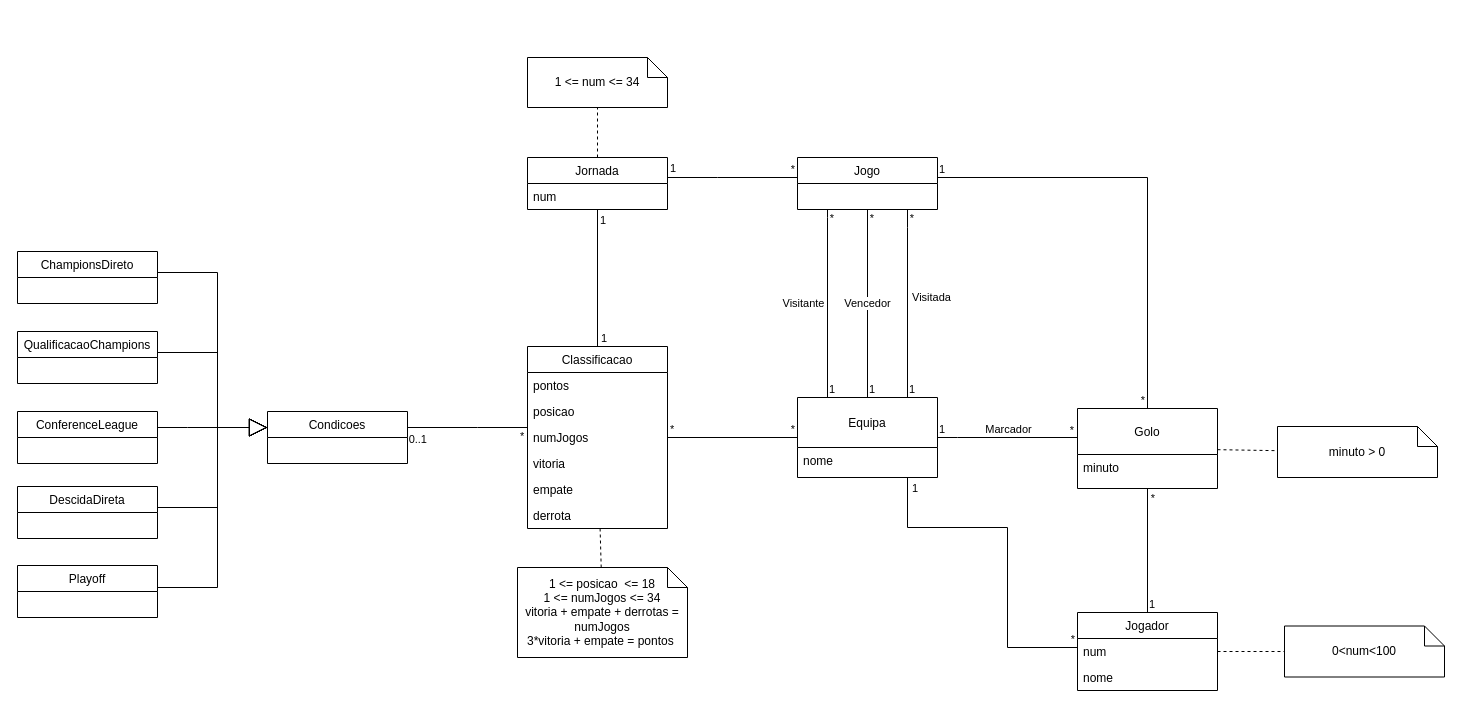
This is uml/primeira_liga.drawio from jamcunha/feup-bd, a draw.io file, before an edit. Source tidied: cells renumbered, new cells numbered last; positions are measured from the earlier drawing's top-left corner, leaving out a move shared by most shapes. Both pictures are drawn from the tidied source at 100%, with x=0, y=0 at pixel (17, 57).
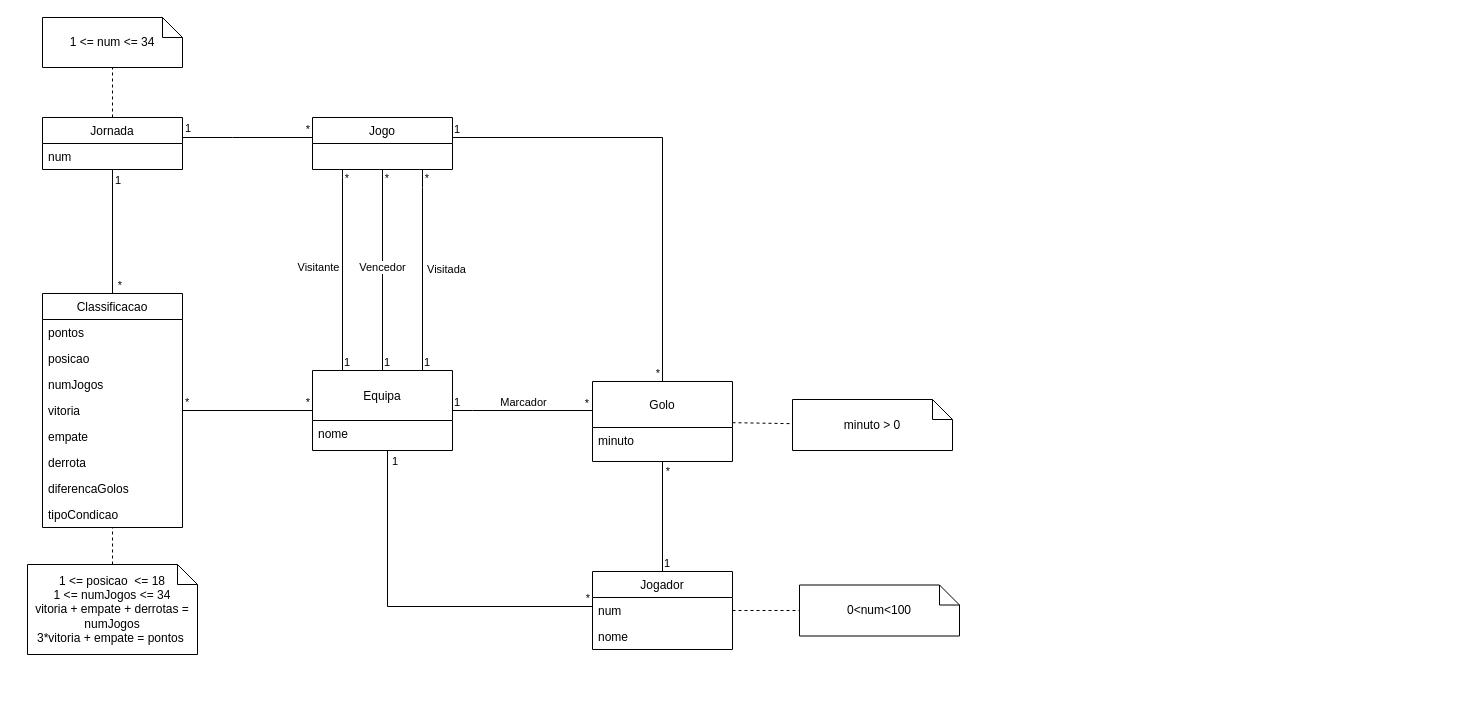
After the change.

Commit message (it also covers changes not shown here):
adicionada diferenca de golos e removido class Condicao do UML

Unchanged cells that the change refers to:
```xml
<mxCell id="47" style="endArrow=none;html=1;edgeStyle=orthogonalEdgeStyle;rounded=0;" parent="1" edge="1" source="45" target="35">
  <mxGeometry relative="1" as="geometry" />
</mxCell>
```

The edit, as a diff of the source:
```diff
@@
     <mxCell id="2" value="Equipa" style="swimlane;fontStyle=0;horizontal=1;startSize=50;fillColor=none;" parent="1" vertex="1">
-      <mxGeometry x="780" y="340" width="140" height="80" as="geometry" />
+      <mxGeometry x="295" y="313" width="140" height="80" as="geometry" />
     </mxCell>
@@
-    <mxCell id="4" value="Condicoes" style="swimlane;fontStyle=0;horizontal=1;startSize=26;fillColor=none;" parent="1" vertex="1">
-      <mxGeometry x="250" y="354" width="140" height="52" as="geometry" />
-    </mxCell>
-    <mxCell id="5" style="endArrow=none;html=1;rounded=0;edgeStyle=orthogonalEdgeStyle;" parent="1" edge="1" source="35" target="4">
-      <mxGeometry relative="1" as="geometry">
-        <Array as="points">
-          <mxPoint x="460" y="370" />
-          <mxPoint x="460" y="370" />
-        </Array>
-      </mxGeometry>
-    </mxCell>
-    <mxCell id="6" value="*" style="edgeLabel;html=1;align=left;verticalAlign=bottom;" parent="5" vertex="1">
-      <mxGeometry x="-1" relative="1" as="geometry">
-        <mxPoint x="-9" y="17" as="offset" />
-      </mxGeometry>
-    </mxCell>
-    <mxCell id="7" value="0..1" style="edgeLabel;html=1;align=right;verticalAlign=bottom;" parent="5" vertex="1">
-      <mxGeometry x="1" relative="1" as="geometry">
-        <mxPoint x="20" y="20" as="offset" />
-      </mxGeometry>
-    </mxCell>
     <mxCell id="8" value="Jogo" style="swimlane;fontStyle=0;horizontal=1;startSize=26;fillColor=none;" parent="1" vertex="1">
-      <mxGeometry x="780" y="100" width="140" height="52" as="geometry" />
+      <mxGeometry x="295" y="60" width="140" height="52" as="geometry" />
     </mxCell>
     <mxCell id="9" value="Golo" style="swimlane;fontStyle=0;horizontal=1;startSize=46;fillColor=none;" parent="1" vertex="1">
-      <mxGeometry x="1060" y="351" width="140" height="80" as="geometry" />
+      <mxGeometry x="575" y="324" width="140" height="80" as="geometry" />
     </mxCell>
@@
     <mxCell id="11" value="Jogador" style="swimlane;fontStyle=0;horizontal=1;startSize=26;fillColor=none;" parent="1" vertex="1">
-      <mxGeometry x="1060" y="555" width="140" height="78" as="geometry" />
+      <mxGeometry x="575" y="514" width="140" height="78" as="geometry" />
     </mxCell>
@@
     <mxCell id="14" style="endArrow=none;html=1;rounded=0;edgeStyle=orthogonalEdgeStyle;" parent="1" edge="1" source="2" target="11">
       <mxGeometry relative="1" as="geometry">
         <Array as="points">
-          <mxPoint x="890" y="470" />
-          <mxPoint x="990" y="470" />
-          <mxPoint x="990" y="590" />
+          <mxPoint x="370" y="549" />
         </Array>
       </mxGeometry>
     </mxCell>
@@
     <mxCell id="17" style="endArrow=none;html=1;edgeStyle=orthogonalEdgeStyle;rounded=0;" parent="1" edge="1" source="2" target="8">
       <mxGeometry relative="1" as="geometry">
         <Array as="points">
-          <mxPoint x="810" y="160" />
-          <mxPoint x="810" y="160" />
+          <mxPoint x="325" y="120" />
+          <mxPoint x="325" y="120" />
         </Array>
       </mxGeometry>
     </mxCell>
@@
     <mxCell id="21" style="endArrow=none;html=1;edgeStyle=orthogonalEdgeStyle;rounded=0;" parent="1" edge="1" source="2" target="8">
       <mxGeometry relative="1" as="geometry">
         <Array as="points">
-          <mxPoint x="890" y="170" />
-          <mxPoint x="890" y="170" />
+          <mxPoint x="405" y="130" />
+          <mxPoint x="405" y="130" />
         </Array>
       </mxGeometry>
     </mxCell>
@@
     <mxCell id="24" value="Visitada" style="edgeLabel;html=1;align=center;verticalAlign=middle;" parent="21" vertex="1">
       <mxGeometry x="0.07" y="-2" relative="1" as="geometry">
-        <mxPoint x="21" as="offset" />
+        <mxPoint x="21" y="6" as="offset" />
       </mxGeometry>
     </mxCell>
     <mxCell id="25" style="endArrow=none;html=1;edgeStyle=orthogonalEdgeStyle;rounded=0;" parent="1" edge="1" source="2" target="9">
       <mxGeometry relative="1" as="geometry">
         <Array as="points">
-          <mxPoint x="940" y="380" />
-          <mxPoint x="940" y="380" />
+          <mxPoint x="455" y="353" />
+          <mxPoint x="455" y="353" />
         </Array>
       </mxGeometry>
     </mxCell>
@@
     <mxCell id="32" style="endArrow=none;html=1;edgeStyle=orthogonalEdgeStyle;rounded=0;" parent="1" edge="1" source="8" target="9">
       <mxGeometry relative="1" as="geometry">
         <Array as="points">
-          <mxPoint x="1130" y="120" />
+          <mxPoint x="645" y="80" />
         </Array>
       </mxGeometry>
     </mxCell>
@@
     <mxCell id="35" value="Classificacao" style="swimlane;fontStyle=0;horizontal=1;startSize=26;fillColor=none;" parent="1" vertex="1">
-      <mxGeometry x="510" y="289" width="140" height="182" as="geometry" />
+      <mxGeometry x="25" y="236" width="140" height="234" as="geometry" />
     </mxCell>
@@
+    <mxCell id="75" value="diferencaGolos" style="text;strokeColor=none;fillColor=none;align=left;verticalAlign=top;spacingLeft=4;spacingRight=4;overflow=hidden;" parent="35" vertex="1">
+      <mxGeometry y="182" width="140" height="26" as="geometry" />
+    </mxCell>
+    <mxCell id="76" value="tipoCondicao" style="text;strokeColor=none;fillColor=none;align=left;verticalAlign=top;spacingLeft=4;spacingRight=4;overflow=hidden;" parent="35" vertex="1">
+      <mxGeometry y="208" width="140" height="26" as="geometry" />
+    </mxCell>
@@
     <mxCell id="45" value="Jornada" style="swimlane;fontStyle=0;horizontal=1;startSize=26;fillColor=none;" parent="1" vertex="1">
-      <mxGeometry x="510" y="100" width="140" height="52" as="geometry" />
+      <mxGeometry x="25" y="60" width="140" height="52" as="geometry" />
     </mxCell>
@@
-    <mxCell id="49" value="1" style="edgeLabel;html=1;align=right;verticalAlign=bottom;" parent="47" vertex="1">
+    <mxCell id="49" value="*" style="edgeLabel;html=1;align=right;verticalAlign=bottom;" parent="47" vertex="1">
       <mxGeometry x="1" relative="1" as="geometry">
         <mxPoint x="10" as="offset" />
       </mxGeometry>
     </mxCell>
     <mxCell id="50" style="endArrow=none;html=1;edgeStyle=orthogonalEdgeStyle;rounded=0;" parent="1" edge="1" source="45" target="8">
       <mxGeometry relative="1" as="geometry">
         <Array as="points">
-          <mxPoint x="700" y="120" />
-          <mxPoint x="700" y="120" />
+          <mxPoint x="215" y="80" />
+          <mxPoint x="215" y="80" />
         </Array>
       </mxGeometry>
     </mxCell>
@@
     <mxCell id="53" value="minuto &amp;gt; 0" style="shape=note;size=20;whiteSpace=wrap;html=1;" parent="1" vertex="1">
-      <mxGeometry x="1260" y="369" width="160" height="51" as="geometry" />
+      <mxGeometry x="775" y="342" width="160" height="51" as="geometry" />
     </mxCell>
     <mxCell id="54" value="0&amp;lt;num&amp;lt;100" style="shape=note;size=20;whiteSpace=wrap;html=1;" parent="1" vertex="1">
-      <mxGeometry x="1267" y="568.5" width="160" height="51" as="geometry" />
+      <mxGeometry x="782" y="527.5" width="160" height="51" as="geometry" />
     </mxCell>
     <mxCell id="55" value="1 &amp;lt;= num &amp;lt;= 34" style="shape=note;size=20;whiteSpace=wrap;html=1;" parent="1" vertex="1">
-      <mxGeometry x="510" width="140" height="50" as="geometry" />
+      <mxGeometry x="25" y="-40" width="140" height="50" as="geometry" />
     </mxCell>
     <mxCell id="56" value="1 &amp;lt;= posicao&amp;nbsp; &amp;lt;= 18&lt;br&gt;1 &amp;lt;= numJogos &amp;lt;= 34&lt;br&gt;vitoria + empate + derrotas = numJogos&lt;br&gt;3*vitoria + empate = pontos&amp;nbsp;" style="shape=note;size=20;whiteSpace=wrap;html=1;" parent="1" vertex="1">
-      <mxGeometry x="500" y="510" width="170" height="90" as="geometry" />
+      <mxGeometry x="10" y="507" width="170" height="90" as="geometry" />
     </mxCell>
@@
-    <mxCell id="61" value="ChampionsDireto" style="swimlane;fontStyle=0;horizontal=1;startSize=26;fillColor=none;" parent="1" vertex="1">
-      <mxGeometry y="194" width="140" height="52" as="geometry" />
-    </mxCell>
-    <mxCell id="62" value="ConferenceLeague" style="swimlane;fontStyle=0;horizontal=1;startSize=26;fillColor=none;" parent="1" vertex="1">
-      <mxGeometry y="354" width="140" height="52" as="geometry" />
-    </mxCell>
-    <mxCell id="63" value="Playoff" style="swimlane;fontStyle=0;horizontal=1;startSize=26;fillColor=none;" parent="1" vertex="1">
-      <mxGeometry y="508" width="140" height="52" as="geometry" />
-    </mxCell>
-    <mxCell id="64" value="DescidaDireta" style="swimlane;fontStyle=0;horizontal=1;startSize=26;fillColor=none;" parent="1" vertex="1">
-      <mxGeometry y="429" width="140" height="52" as="geometry" />
-    </mxCell>
-    <mxCell id="65" value="QualificacaoChampions" style="swimlane;fontStyle=0;horizontal=1;startSize=26;fillColor=none;" parent="1" vertex="1">
-      <mxGeometry y="274" width="140" height="52" as="geometry" />
-    </mxCell>
-    <mxCell id="66" style="endArrow=block;endSize=16;endFill=0;html=1;rounded=0;edgeStyle=orthogonalEdgeStyle;" parent="1" edge="1" source="61" target="4">
-      <mxGeometry relative="1" as="geometry">
-        <Array as="points">
-          <mxPoint x="200" y="215" />
-          <mxPoint x="200" y="370" />
-        </Array>
-      </mxGeometry>
-    </mxCell>
-    <mxCell id="67" style="endArrow=block;endSize=16;endFill=0;html=1;rounded=0;edgeStyle=orthogonalEdgeStyle;" parent="1" edge="1" source="63" target="4">
-      <mxGeometry relative="1" as="geometry">
-        <Array as="points">
-          <mxPoint x="200" y="530" />
-          <mxPoint x="200" y="370" />
-        </Array>
-      </mxGeometry>
-    </mxCell>
-    <mxCell id="68" style="endArrow=block;endSize=16;endFill=0;html=1;rounded=0;edgeStyle=orthogonalEdgeStyle;" parent="1" edge="1" source="65" target="4">
-      <mxGeometry relative="1" as="geometry">
-        <Array as="points">
-          <mxPoint x="200" y="295" />
-          <mxPoint x="200" y="370" />
-        </Array>
-      </mxGeometry>
-    </mxCell>
-    <mxCell id="69" style="endArrow=block;endSize=16;endFill=0;html=1;rounded=0;edgeStyle=orthogonalEdgeStyle;" parent="1" edge="1" source="62" target="4">
-      <mxGeometry relative="1" as="geometry">
-        <Array as="points">
-          <mxPoint x="170" y="370" />
-          <mxPoint x="170" y="370" />
-        </Array>
-      </mxGeometry>
-    </mxCell>
-    <mxCell id="70" style="endArrow=block;endSize=16;endFill=0;html=1;rounded=0;edgeStyle=orthogonalEdgeStyle;" parent="1" edge="1" source="64" target="4">
-      <mxGeometry relative="1" as="geometry">
-        <Array as="points">
-          <mxPoint x="200" y="450" />
-          <mxPoint x="200" y="370" />
-        </Array>
-      </mxGeometry>
-    </mxCell>
```
